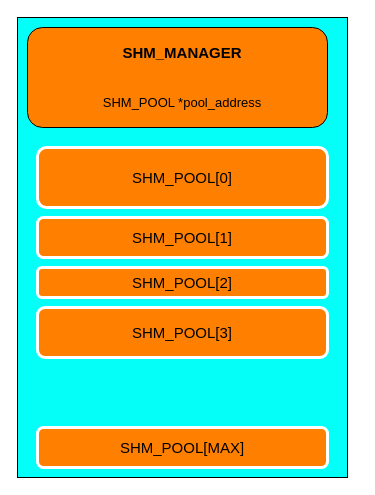
FAKERINHEART/draw_folder keeps this draw.io diagram as Untitled Diagram.drawio. Above is the earlier version. Source tidied: cells renumbered, new cells numbered last; positions are measured from the earlier drawing's top-left corner, leaving out a move shared by most shapes. Both pictures are drawn from the tidied source at 100%, with x=0, y=0 at pixel (17, 17).
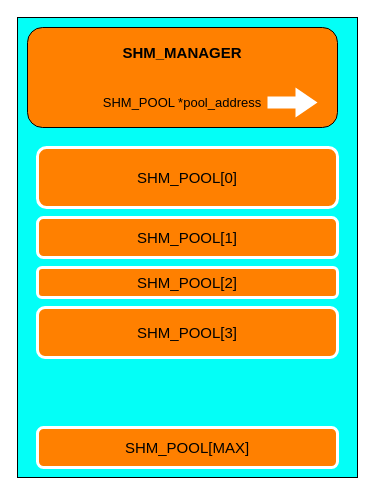
The same diagram, later.

The edit, as a diff of the source:
```diff
@@
 <mxGraphModel>
   <root>
     <mxCell id="0" />
     <mxCell id="1" parent="0" />
     <mxCell id="2" style="rounded=0;whiteSpace=wrap;html=1;shadow=0;glass=0;fillColor=#03FFF7;gradientColor=none;" parent="1" vertex="1">
-      <mxGeometry width="330" height="460" as="geometry" />
+      <mxGeometry width="340" height="460" as="geometry" />
     </mxCell>
     <mxCell id="3" style="rounded=1;whiteSpace=wrap;html=1;fillColor=#FF8000;" parent="1" vertex="1">
-      <mxGeometry x="10" y="10" width="300" height="100" as="geometry" />
+      <mxGeometry x="10" y="10" width="310" height="100" as="geometry" />
     </mxCell>
     <mxCell id="4" value="SHM_MANAGER" style="rounded=0;whiteSpace=wrap;html=1;shadow=0;glass=0;fillColor=#FF8000;gradientColor=none;fontSize=15;strokeColor=none;fontStyle=1;" parent="1" vertex="1">
       <mxGeometry x="65" y="20" width="200" height="30" as="geometry" />
     </mxCell>
     <mxCell id="5" value="SHM_POOL *pool_address" style="rounded=0;whiteSpace=wrap;html=1;shadow=0;glass=0;fillColor=#FF8000;gradientColor=none;fontSize=13;strokeColor=none;" parent="1" vertex="1">
       <mxGeometry x="75" y="70" width="180" height="30" as="geometry" />
     </mxCell>
     <mxCell id="6" value="SHM_POOL[0]" style="rounded=1;whiteSpace=wrap;html=1;shadow=0;glass=0;fillColor=#FF8000;gradientColor=none;fontSize=15;strokeColor=#FFFFFF;strokeWidth=3;" parent="1" vertex="1">
-      <mxGeometry x="20" y="130" width="290" height="60" as="geometry" />
+      <mxGeometry x="20" y="130" width="300" height="60" as="geometry" />
     </mxCell>
     <mxCell id="7" value="SHM_POOL[1]" style="rounded=1;whiteSpace=wrap;html=1;shadow=0;glass=0;fillColor=#FF8000;gradientColor=none;fontSize=15;strokeColor=#FFFFFF;strokeWidth=3;" parent="1" vertex="1">
-      <mxGeometry x="20" y="200" width="290" height="40" as="geometry" />
+      <mxGeometry x="20" y="200" width="300" height="40" as="geometry" />
     </mxCell>
     <mxCell id="8" value="SHM_POOL[2]" style="rounded=1;whiteSpace=wrap;html=1;shadow=0;glass=0;fillColor=#FF8000;gradientColor=none;fontSize=15;strokeColor=#FFFFFF;strokeWidth=3;" parent="1" vertex="1">
-      <mxGeometry x="20" y="250" width="290" height="30" as="geometry" />
+      <mxGeometry x="20" y="250" width="300" height="30" as="geometry" />
     </mxCell>
     <mxCell id="9" value="SHM_POOL[3]" style="rounded=1;whiteSpace=wrap;html=1;shadow=0;glass=0;fillColor=#FF8000;gradientColor=none;fontSize=15;strokeColor=#FFFFFF;strokeWidth=3;" parent="1" vertex="1">
-      <mxGeometry x="20" y="290" width="290" height="50" as="geometry" />
+      <mxGeometry x="20" y="290" width="300" height="50" as="geometry" />
     </mxCell>
     <mxCell id="10" value="SHM_POOL[MAX]" style="rounded=1;whiteSpace=wrap;html=1;shadow=0;glass=0;fillColor=#FF8000;gradientColor=none;fontSize=15;strokeColor=#FFFFFF;strokeWidth=3;" parent="1" vertex="1">
-      <mxGeometry x="20" y="410" width="290" height="40" as="geometry" />
+      <mxGeometry x="20" y="410" width="300" height="40" as="geometry" />
     </mxCell>
+    <mxCell id="11" style="html=1;shadow=0;dashed=0;align=center;verticalAlign=middle;shape=mxgraph.arrows2.arrow;dy=0.6;dx=22;notch=0;rounded=1;glass=0;strokeWidth=3;gradientColor=none;fontSize=15;strokeColor=none;fillColor=#FFFFFF;" parent="1" vertex="1">
+      <mxGeometry x="250" y="70" width="50" height="30" as="geometry" />
+    </mxCell>
   </root>
 </mxGraphModel>
```
